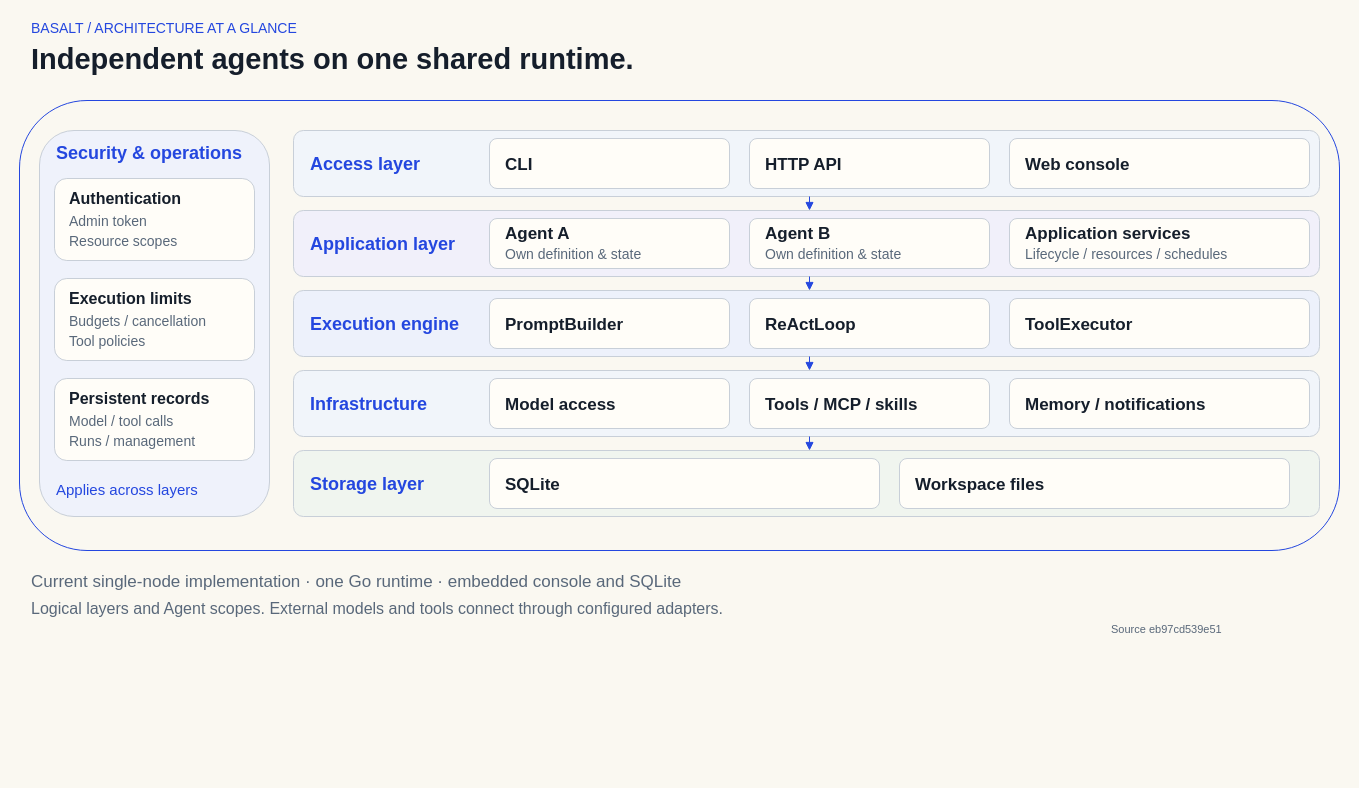
Earlier version of the draw.io diagram page "system-architecture-en" (3 of 12) of website/diagrams/basalt-diagrams.drawio (ymedword/basalt). Source tidied: cells renumbered, new cells numbered last; positions are measured from the earlier drawing's top-left corner, leaving out a move shared by most shapes. Both pictures are drawn from the tidied source at 100%, with x=0, y=0 at pixel (19, 17).
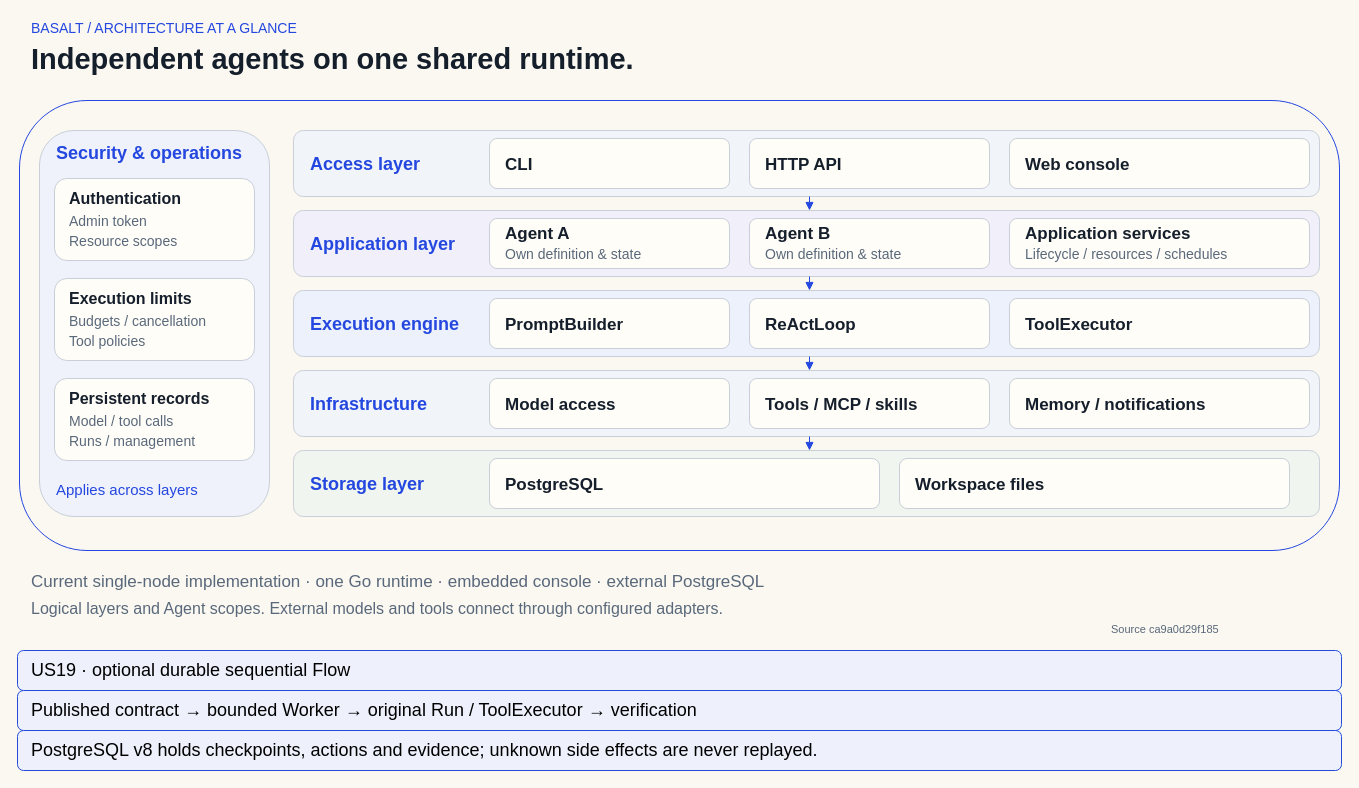
After the change.

What changed in the source:
```diff
@@
-    <mxCell id="57" value="SQLite" style="text;html=0;whiteSpace=wrap;align=left;verticalAlign=middle;fontFamily=Arial;fontSize=17;fontColor=#151e2b;fontStyle=1;" parent="1" vertex="1">
+    <mxCell id="57" value="PostgreSQL" style="text;html=0;whiteSpace=wrap;align=left;verticalAlign=middle;fontFamily=Arial;fontSize=17;fontColor=#151e2b;fontStyle=1;" parent="1" vertex="1">
       <mxGeometry x="484" y="456" width="362" height="24" as="geometry" />
     </mxCell>
@@
-    <mxCell id="61" value="Current single-node implementation · one Go runtime · embedded console and SQLite" style="text;html=0;whiteSpace=wrap;align=left;verticalAlign=middle;fontFamily=Arial;fontSize=17;fontColor=#59687a;" parent="1" vertex="1">
+    <mxCell id="61" value="Current single-node implementation · one Go runtime · embedded console · external PostgreSQL" style="text;html=0;whiteSpace=wrap;align=left;verticalAlign=middle;fontFamily=Arial;fontSize=17;fontColor=#59687a;" parent="1" vertex="1">
       <mxGeometry x="10" y="553" width="1200" height="24" as="geometry" />
     </mxCell>
@@
-    <mxCell id="63" value="Source eb97cd539e51" style="text;html=0;whiteSpace=wrap;align=left;verticalAlign=middle;fontFamily=Arial;fontSize=11;fontColor=#59687a;" parent="1" vertex="1">
+    <mxCell id="63" value="Source ca9a0d29f185" style="text;html=0;whiteSpace=wrap;align=left;verticalAlign=middle;fontFamily=Arial;fontSize=11;fontColor=#59687a;" parent="1" vertex="1">
       <mxGeometry x="1090" y="603" width="230" height="18" as="geometry" />
     </mxCell>
@@
+    <mxCell id="68" value="US19 · optional durable sequential Flow" style="rounded=1;whiteSpace=wrap;html=0;fillColor=#eef1fb;strokeColor=#244bd8;fontSize=18;align=left;spacingLeft=12;" parent="1" vertex="1">
+      <mxGeometry x="-2" y="633" width="1324" height="40" as="geometry" />
+    </mxCell>
+    <mxCell id="69" value="Published contract → bounded Worker → original Run / ToolExecutor → verification" style="rounded=1;whiteSpace=wrap;html=0;fillColor=#eef1fb;strokeColor=#244bd8;fontSize=18;align=left;spacingLeft=12;" parent="1" vertex="1">
+      <mxGeometry x="-2" y="673" width="1324" height="40" as="geometry" />
+    </mxCell>
+    <mxCell id="70" value="PostgreSQL v8 holds checkpoints, actions and evidence; unknown side effects are never replayed." style="rounded=1;whiteSpace=wrap;html=0;fillColor=#eef1fb;strokeColor=#244bd8;fontSize=18;align=left;spacingLeft=12;" parent="1" vertex="1">
+      <mxGeometry x="-2" y="713" width="1324" height="40" as="geometry" />
+    </mxCell>
```
